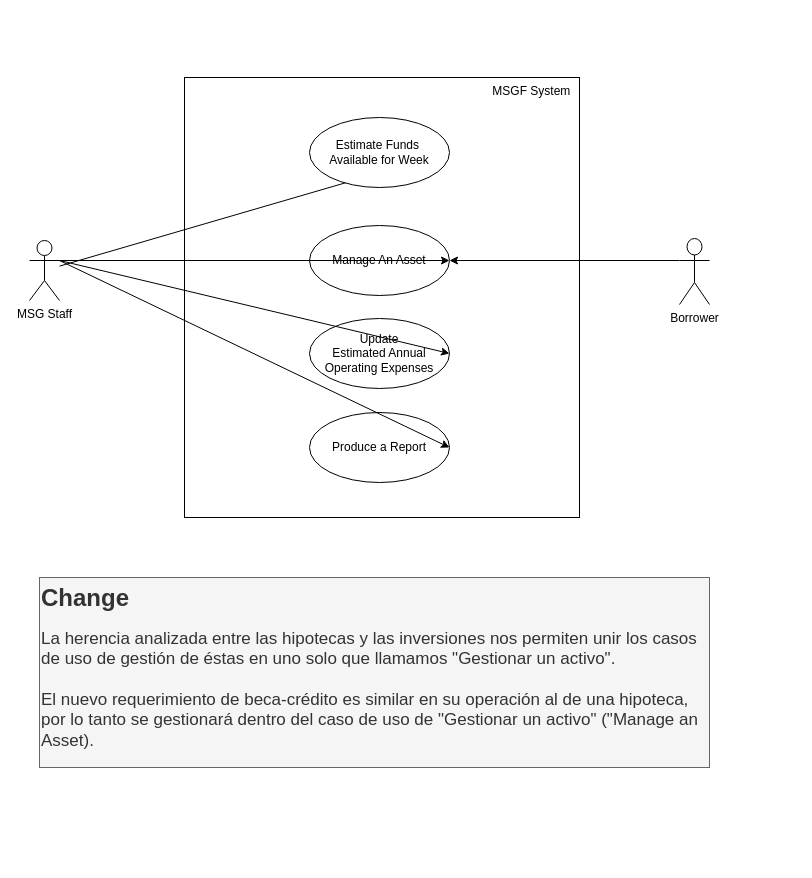
This is page "Asset inheritance" (1 of 2) of Iteration2-becaCrédito/1. MSG-F General Use Case.drawio from is-i/MSGF, a draw.io file, before an edit. Source tidied: cells renumbered, new cells numbered last; positions are measured from the earlier drawing's top-left corner, leaving out a move shared by most shapes. Both pictures are drawn from the tidied source at 100%, with x=0, y=0 at pixel (29, 77).
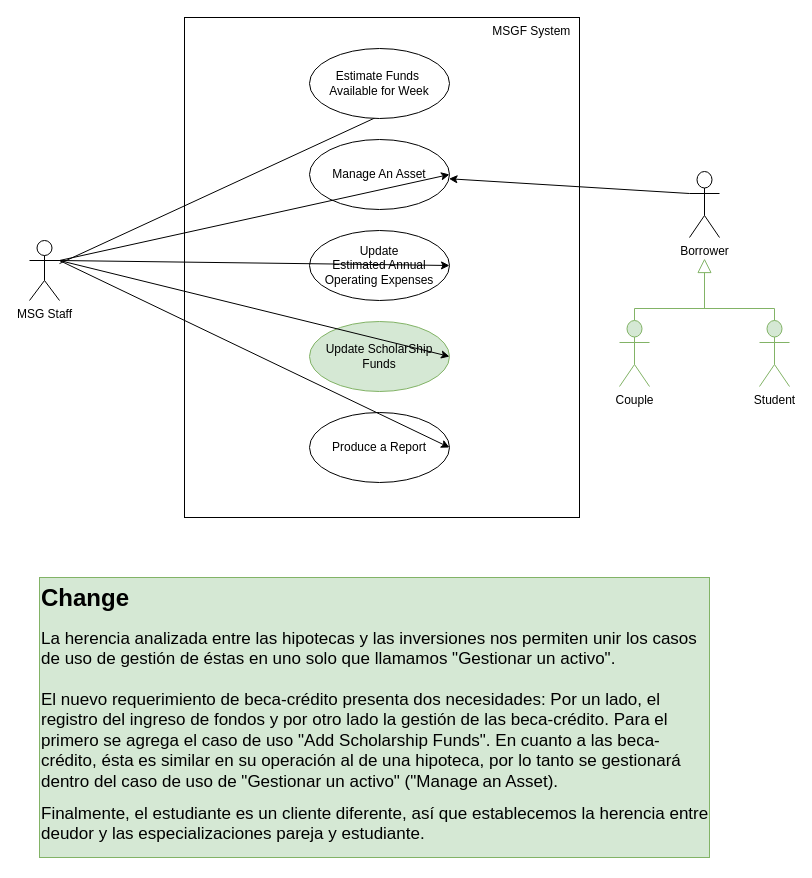
Above is the later version.

Commit message (it also covers changes not shown here):
Missing new use case added for updating available funds for scholarships

The change refers to these unchanged cells:
```xml
<mxCell id="4" value="MSG Staff" style="shape=umlActor;verticalLabelPosition=bottom;verticalAlign=top;html=1;" parent="1" vertex="1">
  <mxGeometry y="163" width="30" height="60" as="geometry" />
</mxCell>
```

What changed in the source:
```diff
@@
     <mxCell id="2" value="MSGF System&amp;nbsp;&amp;nbsp;" style="whiteSpace=wrap;html=1;align=right;verticalAlign=top;" parent="1" vertex="1">
-      <mxGeometry x="155" width="395" height="440" as="geometry" />
+      <mxGeometry x="155" y="-60" width="395" height="500" as="geometry" />
     </mxCell>
@@
     <mxCell id="5" value="Estimate Funds&amp;nbsp;&lt;div&gt;Available for Week&lt;/div&gt;" style="ellipse;whiteSpace=wrap;html=1;flipH=1;legacyAnchorPoints=0;" parent="1" vertex="1">
-      <mxGeometry x="280" y="40" width="140" height="70" as="geometry" />
+      <mxGeometry x="280" y="-29" width="140" height="70" as="geometry" />
     </mxCell>
     <mxCell id="6" value="Manage An Asset" style="ellipse;whiteSpace=wrap;html=1;flipH=1;legacyAnchorPoints=0;" parent="1" vertex="1">
-      <mxGeometry x="280" y="148" width="140" height="70" as="geometry" />
+      <mxGeometry x="280" y="62" width="140" height="70" as="geometry" />
     </mxCell>
     <mxCell id="7" value="Update &lt;br&gt;Estimated Annual Operating Expenses" style="ellipse;whiteSpace=wrap;html=1;flipH=1;legacyAnchorPoints=0;" parent="1" vertex="1">
-      <mxGeometry x="280" y="241" width="140" height="70" as="geometry" />
+      <mxGeometry x="280" y="153" width="140" height="70" as="geometry" />
     </mxCell>
@@
     <mxCell id="13" value="Borrower" style="shape=umlActor;verticalLabelPosition=bottom;verticalAlign=top;html=1;" parent="1" vertex="1">
-      <mxGeometry x="650" y="161" width="30" height="66" as="geometry" />
+      <mxGeometry x="660" y="94" width="30" height="66" as="geometry" />
     </mxCell>
-    <mxCell id="14" value="&lt;h1 style=&quot;margin-top: 0px;&quot;&gt;Change&lt;/h1&gt;&lt;p&gt;&lt;font style=&quot;font-size: 17px;&quot;&gt;La herencia analizada entre las hipotecas y las inversiones nos permiten unir los casos de uso de gestión de éstas en uno solo que llamamos &quot;Gestionar un activo&quot;.&amp;nbsp;&lt;br&gt;&lt;br&gt;El nuevo requerimiento de beca-crédito es similar en su operación al de una hipoteca, por lo tanto se gestionará dentro del caso de uso de &quot;Gestionar un activo&quot; (&quot;Manage an Asset).&amp;nbsp;&amp;nbsp;&lt;/font&gt;&lt;/p&gt;" style="text;html=1;whiteSpace=wrap;overflow=hidden;rounded=0;strokeColor=#666666;fillColor=#f5f5f5;fontColor=#333333;" parent="1" vertex="1">
-      <mxGeometry x="10" y="500" width="670" height="190" as="geometry" />
+    <mxCell id="14" value="&lt;h1 style=&quot;margin-top: 0px;&quot;&gt;Change&lt;/h1&gt;&lt;p&gt;&lt;font style=&quot;font-size: 17px;&quot;&gt;La herencia analizada entre las hipotecas y las inversiones nos permiten unir los casos de uso de gestión de éstas en uno solo que llamamos &quot;Gestionar un activo&quot;.&amp;nbsp;&lt;br&gt;&lt;br&gt;El nuevo requerimiento de beca-crédito presenta dos necesidades: Por un lado, el registro del ingreso de fondos y por otro lado la gestión de las beca-crédito. Para el primero se agrega el caso de uso &quot;Add Scholarship Funds&quot;. En cuanto a las beca-crédito, ésta es similar en su operación al de una hipoteca, por lo tanto se gestionará dentro del caso de uso de &quot;Gestionar un activo&quot; (&quot;Manage an Asset).&lt;/font&gt;&lt;/p&gt;&lt;p&gt;&lt;font style=&quot;font-size: 17px;&quot;&gt;Finalmente, el estudiante es un cliente diferente, así que establecemos la herencia entre deudor y las especializaciones pareja y estudiante.&amp;nbsp; &amp;nbsp;&lt;/font&gt;&lt;/p&gt;&lt;p&gt;&lt;br&gt;&lt;/p&gt;" style="text;html=1;whiteSpace=wrap;overflow=hidden;rounded=0;strokeColor=#82b366;fillColor=#d5e8d4;" parent="1" vertex="1">
+      <mxGeometry x="10" y="500" width="670" height="280" as="geometry" />
     </mxCell>
+    <mxCell id="15" style="edgeStyle=orthogonalEdgeStyle;rounded=0;jettySize=auto;html=1;endArrow=none;endFill=0;fillColor=#d5e8d4;strokeColor=#82b366;" parent="1" edge="1" source="16">
+      <mxGeometry relative="1" as="geometry">
+        <mxPoint x="680" y="231" as="targetPoint" />
+        <Array as="points">
+          <mxPoint x="605" y="231" />
+        </Array>
+      </mxGeometry>
+    </mxCell>
+    <mxCell id="16" value="Couple" style="shape=umlActor;verticalLabelPosition=bottom;verticalAlign=top;html=1;fillColor=#d5e8d4;strokeColor=#82b366;" parent="1" vertex="1">
+      <mxGeometry x="590" y="243" width="30" height="66" as="geometry" />
+    </mxCell>
+    <mxCell id="17" value="Student" style="shape=umlActor;verticalLabelPosition=bottom;verticalAlign=top;html=1;fillColor=#d5e8d4;strokeColor=#82b366;" parent="1" vertex="1">
+      <mxGeometry x="730" y="243" width="30" height="66" as="geometry" />
+    </mxCell>
+    <mxCell id="18" style="edgeStyle=orthogonalEdgeStyle;html=1;endArrow=block;endFill=0;endSize=12;verticalAlign=bottom;rounded=0;exitX=0.5;exitY=0;exitDx=0;exitDy=0;exitPerimeter=0;fillColor=#d5e8d4;strokeColor=#82b366;" parent="1" edge="1" source="17">
+      <mxGeometry relative="1" as="geometry">
+        <mxPoint x="675" y="181" as="targetPoint" />
+        <Array as="points">
+          <mxPoint x="745" y="231" />
+          <mxPoint x="675" y="231" />
+        </Array>
+      </mxGeometry>
+    </mxCell>
+    <mxCell id="19" value="Update ScholarShip Funds" style="ellipse;whiteSpace=wrap;html=1;flipH=1;legacyAnchorPoints=0;fillColor=#d5e8d4;strokeColor=#82b366;" parent="1" vertex="1">
+      <mxGeometry x="280" y="244" width="140" height="70" as="geometry" />
+    </mxCell>
+    <mxCell id="20" style="rounded=0;jettySize=auto;html=1;entryX=1;entryY=0.5;entryDx=0;entryDy=0;curved=0;exitX=1;exitY=0.3333333333333333;exitDx=0;exitDy=0;exitPerimeter=0;" parent="1" edge="1" source="4" target="19">
+      <mxGeometry relative="1" as="geometry" />
+    </mxCell>
```
